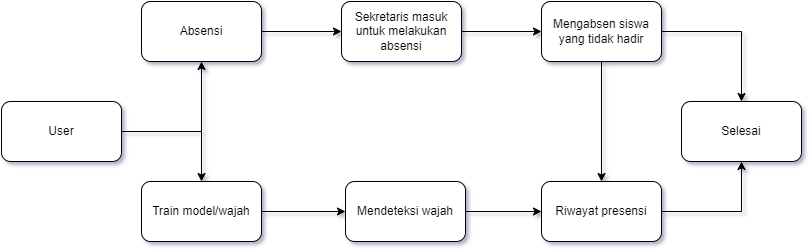
Before: alur.drawio.png, a diagram exported from draw.io (ditanursabila/face-presensi). Source tidied: cells renumbered, new cells last; positions are measured from the earlier drawing's top-left corner, leaving out a move shared by most shapes.
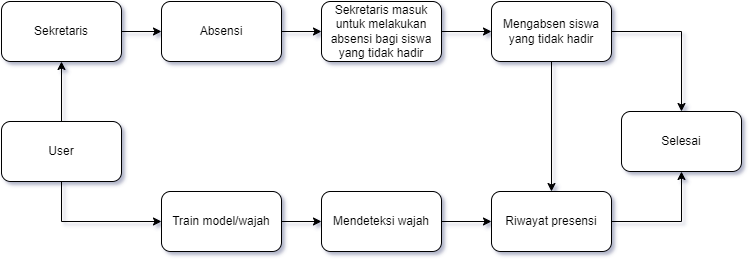
After the commit.

The edit, as a diff of the source:
```diff
@@ -2,47 +2,47 @@
   <root>
     <mxCell id="0" />
     <mxCell id="1" parent="0" />
+    <mxCell id="3" style="edgeStyle=orthogonalEdgeStyle;rounded=0;jettySize=auto;html=1;" parent="1" edge="1" source="4" target="13">
+      <mxGeometry relative="1" as="geometry" />
+    </mxCell>
-    <mxCell id="2" style="edgeStyle=orthogonalEdgeStyle;rounded=0;jettySize=auto;html=1;" parent="1" edge="1" source="4" target="6">
+    <mxCell id="2" style="edgeStyle=orthogonalEdgeStyle;rounded=0;jettySize=auto;html=1;exitX=0.5;exitY=1;exitDx=0;exitDy=0;entryX=0;entryY=0.5;entryDx=0;entryDy=0;" parent="1" edge="1" source="4" target="6">
       <mxGeometry relative="1" as="geometry" />
     </mxCell>
-    <mxCell id="3" style="edgeStyle=orthogonalEdgeStyle;rounded=0;jettySize=auto;html=1;" parent="1" edge="1" source="4" target="13">
-      <mxGeometry relative="1" as="geometry" />
-    </mxCell>
     <mxCell id="4" value="User" style="rounded=1;whiteSpace=wrap;html=1;" parent="1" vertex="1">
-      <mxGeometry y="100" width="120" height="60" as="geometry" />
+      <mxGeometry x="10" y="110" width="120" height="60" as="geometry" />
     </mxCell>
     <mxCell id="5" style="edgeStyle=orthogonalEdgeStyle;rounded=0;jettySize=auto;html=1;" parent="1" edge="1" source="6" target="8">
       <mxGeometry relative="1" as="geometry" />
     </mxCell>
     <mxCell id="6" value="Train model/wajah" style="whiteSpace=wrap;html=1;rounded=1;" parent="1" vertex="1">
-      <mxGeometry x="140" y="180" width="120" height="60" as="geometry" />
+      <mxGeometry x="170" y="180" width="120" height="60" as="geometry" />
     </mxCell>
     <mxCell id="7" style="edgeStyle=orthogonalEdgeStyle;rounded=0;jettySize=auto;html=1;" parent="1" edge="1" source="8" target="10">
       <mxGeometry relative="1" as="geometry" />
     </mxCell>
     <mxCell id="8" value="Mendeteksi wajah" style="whiteSpace=wrap;html=1;rounded=1;" parent="1" vertex="1">
-      <mxGeometry x="344" y="180" width="120" height="60" as="geometry" />
+      <mxGeometry x="330" y="180" width="120" height="60" as="geometry" />
     </mxCell>
     <mxCell id="9" style="edgeStyle=orthogonalEdgeStyle;rounded=0;jettySize=auto;html=1;" parent="1" edge="1" source="10" target="11">
       <mxGeometry relative="1" as="geometry" />
     </mxCell>
     <mxCell id="10" value="Riwayat presensi" style="whiteSpace=wrap;html=1;rounded=1;" parent="1" vertex="1">
-      <mxGeometry x="540" y="180" width="120" height="60" as="geometry" />
+      <mxGeometry x="500" y="180" width="120" height="60" as="geometry" />
     </mxCell>
     <mxCell id="11" value="Selesai" style="whiteSpace=wrap;html=1;rounded=1;" parent="1" vertex="1">
-      <mxGeometry x="680" y="100" width="120" height="60" as="geometry" />
+      <mxGeometry x="630" y="100" width="120" height="60" as="geometry" />
     </mxCell>
-    <mxCell id="12" style="edgeStyle=orthogonalEdgeStyle;rounded=0;jettySize=auto;html=1;" parent="1" edge="1" source="13" target="15">
-      <mxGeometry relative="1" as="geometry" />
-    </mxCell>
+    <mxCell id="19" style="edgeStyle=orthogonalEdgeStyle;rounded=0;jettySize=auto;html=1;" parent="1" edge="1" source="13" target="21">
+      <mxGeometry relative="1" as="geometry" />
+    </mxCell>
-    <mxCell id="13" value="Absensi" style="rounded=1;whiteSpace=wrap;html=1;" parent="1" vertex="1">
-      <mxGeometry x="140" width="120" height="60" as="geometry" />
+    <mxCell id="13" value="Sekretaris" style="rounded=1;whiteSpace=wrap;html=1;" parent="1" vertex="1">
+      <mxGeometry x="10" y="-10" width="120" height="60" as="geometry" />
     </mxCell>
     <mxCell id="14" style="edgeStyle=orthogonalEdgeStyle;rounded=0;jettySize=auto;html=1;" parent="1" edge="1" source="15" target="18">
       <mxGeometry relative="1" as="geometry" />
     </mxCell>
-    <mxCell id="15" value="Sekretaris masuk untuk melakukan absensi" style="whiteSpace=wrap;html=1;rounded=1;" parent="1" vertex="1">
-      <mxGeometry x="340" width="120" height="60" as="geometry" />
+    <mxCell id="15" value="Sekretaris masuk untuk melakukan absensi bagi siswa yang tidak hadir" style="whiteSpace=wrap;html=1;rounded=1;align=center;" parent="1" vertex="1">
+      <mxGeometry x="330" y="-10" width="120" height="60" as="geometry" />
     </mxCell>
     <mxCell id="16" style="edgeStyle=orthogonalEdgeStyle;rounded=0;jettySize=auto;html=1;exitX=0.5;exitY=1;exitDx=0;exitDy=0;entryX=0.5;entryY=0;entryDx=0;entryDy=0;" parent="1" edge="1" source="18" target="10">
       <mxGeometry relative="1" as="geometry" />
@@ -51,7 +51,13 @@
       <mxGeometry relative="1" as="geometry" />
     </mxCell>
     <mxCell id="18" value="Mengabsen siswa yang tidak hadir" style="whiteSpace=wrap;html=1;rounded=1;" parent="1" vertex="1">
-      <mxGeometry x="540" width="120" height="60" as="geometry" />
+      <mxGeometry x="500" y="-10" width="120" height="60" as="geometry" />
     </mxCell>
+    <mxCell id="20" style="edgeStyle=orthogonalEdgeStyle;rounded=0;jettySize=auto;html=1;exitX=1;exitY=0.5;exitDx=0;exitDy=0;entryX=0;entryY=0.5;entryDx=0;entryDy=0;" parent="1" edge="1" source="21" target="15">
+      <mxGeometry relative="1" as="geometry" />
+    </mxCell>
+    <mxCell id="21" value="Absensi" style="whiteSpace=wrap;html=1;rounded=1;" parent="1" vertex="1">
+      <mxGeometry x="170" y="-10" width="120" height="60" as="geometry" />
+    </mxCell>
   </root>
 </mxGraphModel>
```
